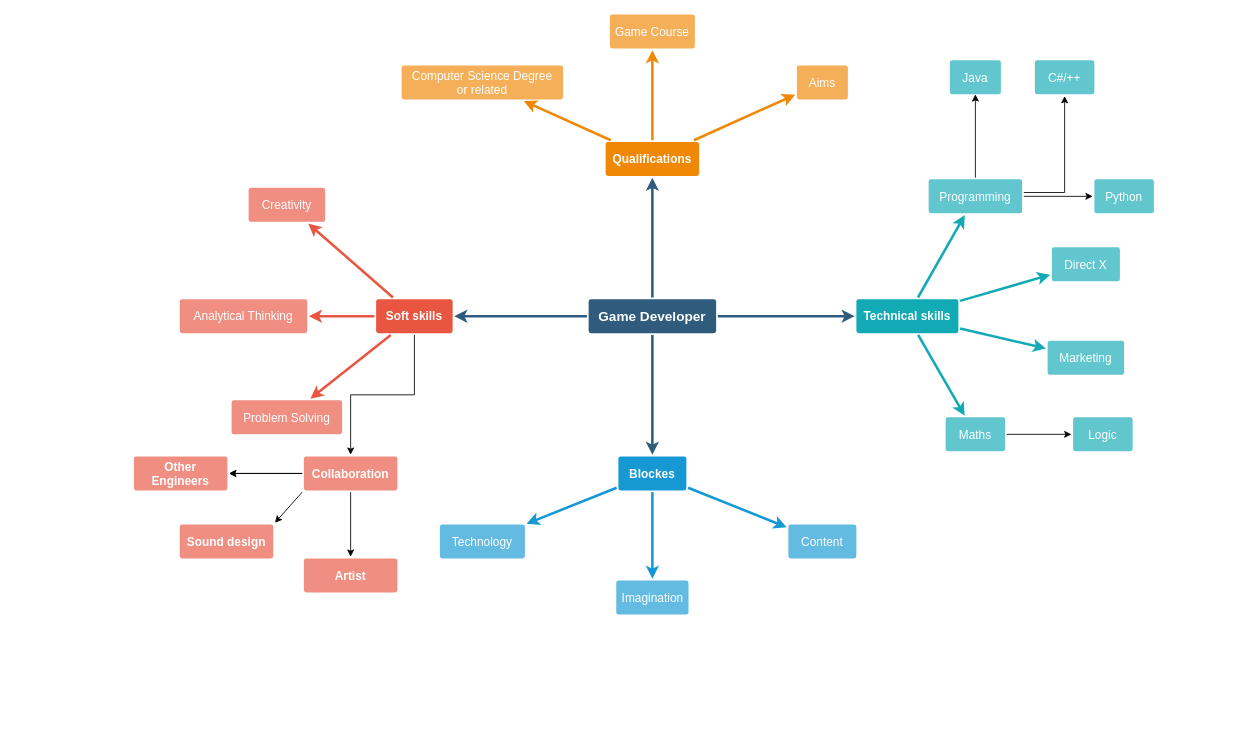
Before: Week 8.drawio in luotn/CN6007, a draw.io diagram. Source tidied: cells renumbered, new cells numbered last; positions are measured from the earlier drawing's top-left corner, leaving out a move shared by most shapes. Both pictures are drawn from the tidied source at 85%, with x=0, y=0 at pixel (133, 14).
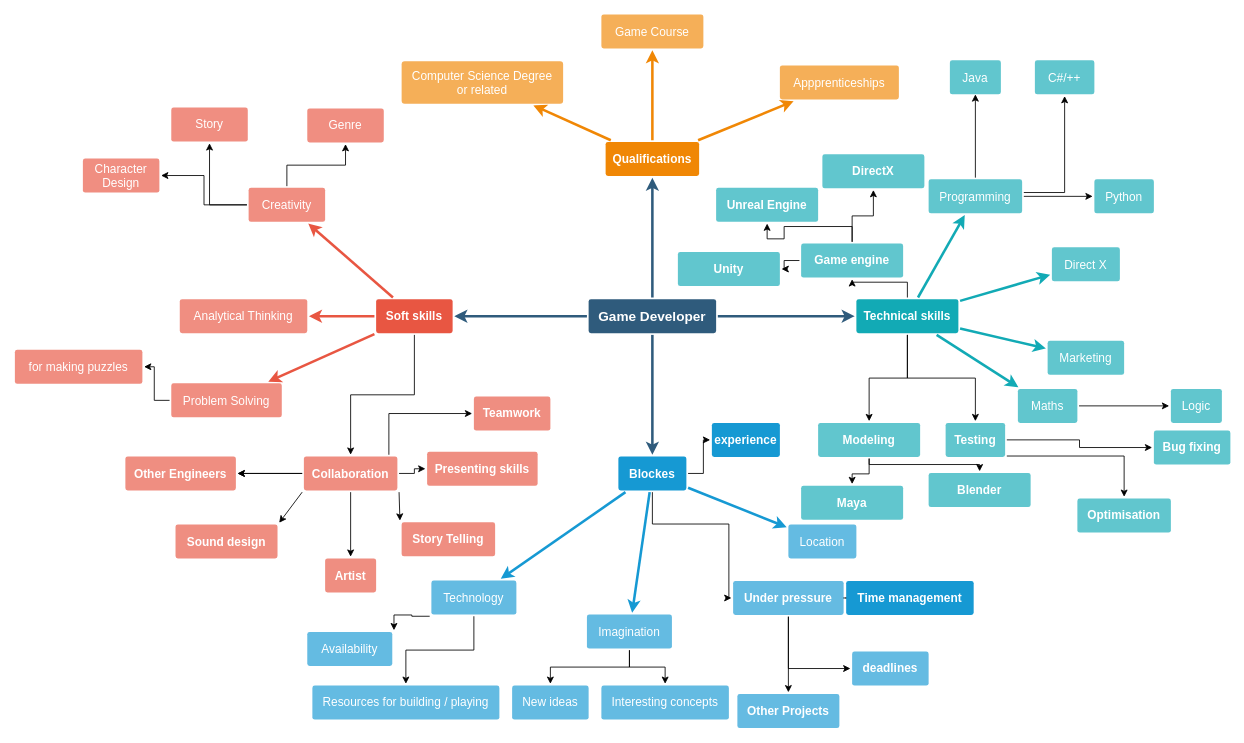
After the change.

Unchanged cells that the change refers to:
```xml
<mxCell id="14" value="Creativity" style="rounded=1;whiteSpace=wrap;html=1;shadow=0;labelBackgroundColor=none;strokeColor=none;strokeWidth=3;fillColor=#f08e81;fontFamily=Helvetica;fontSize=14;fontColor=#FFFFFF;align=center;spacing=5;fontStyle=0;arcSize=7;perimeterSpacing=2;" parent="1" vertex="1">
  <mxGeometry x="135" y="204.5" width="90" height="40" as="geometry" />
</mxCell>
<mxCell id="18" value="Blockes" style="rounded=1;whiteSpace=wrap;html=1;shadow=0;labelBackgroundColor=none;strokeColor=none;strokeWidth=3;fillColor=#1699d3;fontFamily=Helvetica;fontSize=14;fontColor=#FFFFFF;align=center;spacing=5;fontStyle=1;arcSize=7;perimeterSpacing=2;" parent="1" vertex="1">
  <mxGeometry x="570" y="520.5" width="80" height="40" as="geometry" />
</mxCell>
<mxCell id="29" value="Technical skills" style="rounded=1;whiteSpace=wrap;html=1;shadow=0;labelBackgroundColor=none;strokeColor=none;strokeWidth=3;fillColor=#12aab5;fontFamily=Helvetica;fontSize=14;fontColor=#FFFFFF;align=center;spacing=5;fontStyle=1;arcSize=7;perimeterSpacing=2;" parent="1" vertex="1">
  <mxGeometry x="850" y="335.5" width="120" height="40" as="geometry" />
</mxCell>
<mxCell id="48" value="Collaboration" style="rounded=1;whiteSpace=wrap;html=1;shadow=0;labelBackgroundColor=none;strokeColor=none;strokeWidth=3;fillColor=#ef8e81;fontFamily=Helvetica;fontSize=14;fontColor=#FFFFFF;align=center;spacing=5;fontStyle=1;arcSize=7;perimeterSpacing=2;" parent="1" vertex="1">
  <mxGeometry x="200" y="520.5" width="110" height="40" as="geometry" />
</mxCell>
```

Diff of the diagram source:
```diff
@@
+    <mxCell id="54" style="edgeStyle=orthogonalEdgeStyle;rounded=0;jettySize=auto;html=1;" parent="1" edge="1" source="12" target="73">
+      <mxGeometry relative="1" as="geometry" />
+    </mxCell>
     <mxCell id="12" value="Problem Solving" style="rounded=1;whiteSpace=wrap;html=1;shadow=0;labelBackgroundColor=none;strokeColor=none;strokeWidth=3;fillColor=#f08e81;fontFamily=Helvetica;fontSize=14;fontColor=#FFFFFF;align=center;spacing=5;fontStyle=0;arcSize=7;perimeterSpacing=2;" parent="1" vertex="1">
-      <mxGeometry x="115" y="454.5" width="130" height="40" as="geometry" />
+      <mxGeometry x="44" y="434.5" width="130" height="40" as="geometry" />
     </mxCell>
@@
+    <mxCell id="55" style="edgeStyle=orthogonalEdgeStyle;rounded=0;jettySize=auto;html=1;" parent="1" edge="1" source="14" target="103">
+      <mxGeometry relative="1" as="geometry" />
+    </mxCell>
+    <mxCell id="56" style="edgeStyle=orthogonalEdgeStyle;rounded=0;jettySize=auto;html=1;" parent="1" edge="1" source="14" target="104">
+      <mxGeometry relative="1" as="geometry" />
+    </mxCell>
+    <mxCell id="57" style="edgeStyle=orthogonalEdgeStyle;rounded=0;jettySize=auto;html=1;" parent="1" edge="1" source="14" target="105">
+      <mxGeometry relative="1" as="geometry" />
+    </mxCell>
@@
+    <mxCell id="58" style="edgeStyle=orthogonalEdgeStyle;rounded=0;jettySize=auto;html=1;" parent="1" edge="1" source="18" target="80">
+      <mxGeometry relative="1" as="geometry">
+        <Array as="points">
+          <mxPoint x="610" y="600" />
+          <mxPoint x="700" y="600" />
+          <mxPoint x="700" y="687" />
+        </Array>
+      </mxGeometry>
+    </mxCell>
+    <mxCell id="59" style="edgeStyle=orthogonalEdgeStyle;rounded=0;jettySize=auto;html=1;" parent="1" edge="1" source="18" target="90">
+      <mxGeometry relative="1" as="geometry" />
+    </mxCell>
@@
-    <mxCell id="19" value="Content" style="rounded=1;whiteSpace=wrap;html=1;shadow=0;labelBackgroundColor=none;strokeColor=none;strokeWidth=3;fillColor=#64bbe2;fontFamily=Helvetica;fontSize=14;fontColor=#FFFFFF;align=center;spacing=5;arcSize=7;perimeterSpacing=2;" parent="1" vertex="1">
+    <mxCell id="19" value="Location" style="rounded=1;whiteSpace=wrap;html=1;shadow=0;labelBackgroundColor=none;strokeColor=none;strokeWidth=3;fillColor=#64bbe2;fontFamily=Helvetica;fontSize=14;fontColor=#FFFFFF;align=center;spacing=5;arcSize=7;perimeterSpacing=2;" parent="1" vertex="1">
       <mxGeometry x="770" y="600.5" width="80" height="40" as="geometry" />
     </mxCell>
+    <mxCell id="60" style="edgeStyle=orthogonalEdgeStyle;rounded=0;jettySize=auto;html=1;" parent="1" edge="1" source="20" target="88">
+      <mxGeometry relative="1" as="geometry" />
+    </mxCell>
+    <mxCell id="61" style="edgeStyle=orthogonalEdgeStyle;rounded=0;jettySize=auto;html=1;" parent="1" edge="1" source="20" target="89">
+      <mxGeometry relative="1" as="geometry" />
+    </mxCell>
     <mxCell id="20" value="Imagination" style="rounded=1;whiteSpace=wrap;html=1;shadow=0;labelBackgroundColor=none;strokeColor=none;strokeWidth=3;fillColor=#64bbe2;fontFamily=Helvetica;fontSize=14;fontColor=#FFFFFF;align=center;spacing=5;arcSize=7;perimeterSpacing=2;" parent="1" vertex="1">
-      <mxGeometry x="567.5" y="666.5" width="85" height="40" as="geometry" />
+      <mxGeometry x="533" y="706.5" width="100" height="40" as="geometry" />
     </mxCell>
+    <mxCell id="62" style="edgeStyle=orthogonalEdgeStyle;rounded=0;jettySize=auto;html=1;exitX=0;exitY=1;exitDx=0;exitDy=0;entryX=1;entryY=0;entryDx=0;entryDy=0;" parent="1" edge="1" source="21" target="71">
+      <mxGeometry relative="1" as="geometry" />
+    </mxCell>
+    <mxCell id="63" style="edgeStyle=orthogonalEdgeStyle;rounded=0;jettySize=auto;html=1;" parent="1" edge="1" source="21" target="72">
+      <mxGeometry relative="1" as="geometry" />
+    </mxCell>
     <mxCell id="21" value="Technology" style="rounded=1;whiteSpace=wrap;html=1;shadow=0;labelBackgroundColor=none;strokeColor=none;strokeWidth=3;fillColor=#64bbe2;fontFamily=Helvetica;fontSize=14;fontColor=#FFFFFF;align=center;spacing=5;arcSize=7;perimeterSpacing=2;" parent="1" vertex="1">
-      <mxGeometry x="360" y="600.5" width="100" height="40" as="geometry" />
+      <mxGeometry x="350" y="666.5" width="100" height="40" as="geometry" />
     </mxCell>
@@
-    <mxCell id="23" value="Aims&lt;br&gt;" style="rounded=1;whiteSpace=wrap;html=1;shadow=0;labelBackgroundColor=none;strokeColor=none;strokeWidth=3;fillColor=#f5af58;fontFamily=Helvetica;fontSize=14;fontColor=#FFFFFF;align=center;spacing=5;arcSize=7;perimeterSpacing=2;" parent="1" vertex="1">
-      <mxGeometry x="780" y="60.5" width="60" height="40" as="geometry" />
+    <mxCell id="23" value="Appprenticeships" style="rounded=1;whiteSpace=wrap;html=1;shadow=0;labelBackgroundColor=none;strokeColor=none;strokeWidth=3;fillColor=#f5af58;fontFamily=Helvetica;fontSize=14;fontColor=#FFFFFF;align=center;spacing=5;arcSize=7;perimeterSpacing=2;" parent="1" vertex="1">
+      <mxGeometry x="760" y="60.5" width="140" height="40" as="geometry" />
     </mxCell>
@@
     <mxCell id="25" value="Game Course" style="rounded=1;whiteSpace=wrap;html=1;shadow=0;labelBackgroundColor=none;strokeColor=none;strokeWidth=3;fillColor=#f5af58;fontFamily=Helvetica;fontSize=14;fontColor=#FFFFFF;align=center;spacing=5;arcSize=7;perimeterSpacing=2;" parent="1" vertex="1">
-      <mxGeometry x="560" y="0.5" width="100" height="40" as="geometry" />
+      <mxGeometry x="550" y="0.5" width="120" height="40" as="geometry" />
     </mxCell>
@@
     <mxCell id="27" value="Computer Science Degree&lt;div&gt;or related&lt;/div&gt;" style="rounded=1;whiteSpace=wrap;html=1;shadow=0;labelBackgroundColor=none;strokeColor=none;strokeWidth=3;fillColor=#f5af58;fontFamily=Helvetica;fontSize=14;fontColor=#FFFFFF;align=center;spacing=5;arcSize=7;perimeterSpacing=2;" parent="1" vertex="1">
-      <mxGeometry x="315" y="60.5" width="190" height="40" as="geometry" />
+      <mxGeometry x="315" y="55.5" width="190" height="50" as="geometry" />
     </mxCell>
@@
+    <mxCell id="64" style="edgeStyle=orthogonalEdgeStyle;rounded=0;jettySize=auto;html=1;" parent="1" edge="1" source="29" target="76">
+      <mxGeometry relative="1" as="geometry" />
+    </mxCell>
+    <mxCell id="65" style="edgeStyle=orthogonalEdgeStyle;rounded=0;jettySize=auto;html=1;" parent="1" edge="1" source="29" target="94">
+      <mxGeometry relative="1" as="geometry" />
+    </mxCell>
+    <mxCell id="66" style="edgeStyle=orthogonalEdgeStyle;rounded=0;jettySize=auto;html=1;" parent="1" edge="1" source="29" target="100">
+      <mxGeometry relative="1" as="geometry" />
+    </mxCell>
@@
     <mxCell id="31" value="Maths" style="rounded=1;whiteSpace=wrap;html=1;shadow=0;labelBackgroundColor=none;strokeColor=none;strokeWidth=3;fillColor=#61c6ce;fontFamily=Helvetica;fontSize=14;fontColor=#FFFFFF;align=center;spacing=5;fontStyle=0;arcSize=7;perimeterSpacing=2;" parent="1" vertex="1">
-      <mxGeometry x="955" y="474.5" width="70" height="40" as="geometry" />
+      <mxGeometry x="1040" y="441" width="70" height="40" as="geometry" />
     </mxCell>
@@
+    <mxCell id="67" style="edgeStyle=orthogonalEdgeStyle;rounded=0;jettySize=auto;html=1;" parent="1" edge="1" source="48" target="84">
+      <mxGeometry relative="1" as="geometry" />
+    </mxCell>
+    <mxCell id="68" style="edgeStyle=orthogonalEdgeStyle;rounded=0;jettySize=auto;html=1;" parent="1" edge="1" source="48" target="85">
+      <mxGeometry relative="1" as="geometry">
+        <Array as="points">
+          <mxPoint x="300" y="470" />
+        </Array>
+      </mxGeometry>
+    </mxCell>
@@
     <mxCell id="49" value="Logic" style="rounded=1;whiteSpace=wrap;html=1;shadow=0;labelBackgroundColor=none;strokeColor=none;strokeWidth=3;fillColor=#61c6ce;fontFamily=Helvetica;fontSize=14;fontColor=#FFFFFF;align=center;spacing=5;fontStyle=0;arcSize=7;perimeterSpacing=2;" parent="1" vertex="1">
-      <mxGeometry x="1105" y="474.5" width="70" height="40" as="geometry" />
+      <mxGeometry x="1220" y="441" width="60" height="40" as="geometry" />
     </mxCell>
     <mxCell id="50" value="Artist" style="rounded=1;whiteSpace=wrap;html=1;shadow=0;labelBackgroundColor=none;strokeColor=none;strokeWidth=3;fillColor=#ef8e81;fontFamily=Helvetica;fontSize=14;fontColor=#FFFFFF;align=center;spacing=5;fontStyle=1;arcSize=7;perimeterSpacing=2;" parent="1" vertex="1">
-      <mxGeometry x="200" y="640.5" width="110" height="40" as="geometry" />
+      <mxGeometry x="225" y="640.5" width="60" height="40" as="geometry" />
     </mxCell>
     <mxCell id="51" value="Other Engineers" style="rounded=1;whiteSpace=wrap;html=1;shadow=0;labelBackgroundColor=none;strokeColor=none;strokeWidth=3;fillColor=#ef8e81;fontFamily=Helvetica;fontSize=14;fontColor=#FFFFFF;align=center;spacing=5;fontStyle=1;arcSize=7;perimeterSpacing=2;" parent="1" vertex="1">
-      <mxGeometry y="520.5" width="110" height="40" as="geometry" />
+      <mxGeometry x="-10" y="520.5" width="130" height="40" as="geometry" />
     </mxCell>
     <mxCell id="52" value="Sound design" style="rounded=1;whiteSpace=wrap;html=1;shadow=0;labelBackgroundColor=none;strokeColor=none;strokeWidth=3;fillColor=#ef8e81;fontFamily=Helvetica;fontSize=14;fontColor=#FFFFFF;align=center;spacing=5;fontStyle=1;arcSize=7;perimeterSpacing=2;" parent="1" vertex="1">
-      <mxGeometry x="54" y="600.5" width="110" height="40" as="geometry" />
+      <mxGeometry x="49" y="600.5" width="120" height="40" as="geometry" />
     </mxCell>
@@
+    <mxCell id="69" value="Story Telling" style="rounded=1;whiteSpace=wrap;html=1;shadow=0;labelBackgroundColor=none;strokeColor=none;strokeWidth=3;fillColor=#ef8e81;fontFamily=Helvetica;fontSize=14;fontColor=#FFFFFF;align=center;spacing=5;fontStyle=1;arcSize=7;perimeterSpacing=2;" parent="1" vertex="1">
+      <mxGeometry x="315" y="598" width="110" height="40" as="geometry" />
+    </mxCell>
+    <mxCell id="70" style="endArrow=classic;html=1;rounded=0;exitX=1;exitY=1;exitDx=0;exitDy=0;entryX=0;entryY=0;entryDx=0;entryDy=0;" parent="1" edge="1" source="48" target="69">
+      <mxGeometry relative="1" as="geometry" />
+    </mxCell>
+    <mxCell id="71" value="Availability" style="rounded=1;whiteSpace=wrap;html=1;shadow=0;labelBackgroundColor=none;strokeColor=none;strokeWidth=3;fillColor=#64bbe2;fontFamily=Helvetica;fontSize=14;fontColor=#FFFFFF;align=center;spacing=5;arcSize=7;perimeterSpacing=2;" parent="1" vertex="1">
+      <mxGeometry x="204" y="727" width="100" height="40" as="geometry" />
+    </mxCell>
+    <mxCell id="72" value="Resources for building / playing" style="rounded=1;whiteSpace=wrap;html=1;shadow=0;labelBackgroundColor=none;strokeColor=none;strokeWidth=3;fillColor=#64bbe2;fontFamily=Helvetica;fontSize=14;fontColor=#FFFFFF;align=center;spacing=5;arcSize=7;perimeterSpacing=2;" parent="1" vertex="1">
+      <mxGeometry x="210" y="790" width="220" height="40" as="geometry" />
+    </mxCell>
+    <mxCell id="73" value="for making puzzles" style="rounded=1;whiteSpace=wrap;html=1;shadow=0;labelBackgroundColor=none;strokeColor=none;strokeWidth=3;fillColor=#f08e81;fontFamily=Helvetica;fontSize=14;fontColor=#FFFFFF;align=center;spacing=5;fontStyle=0;arcSize=7;perimeterSpacing=2;" parent="1" vertex="1">
+      <mxGeometry x="-140" y="395" width="150" height="40" as="geometry" />
+    </mxCell>
+    <mxCell id="74" style="edgeStyle=orthogonalEdgeStyle;rounded=0;jettySize=auto;html=1;" parent="1" edge="1" source="76" target="86">
+      <mxGeometry relative="1" as="geometry">
+        <Array as="points">
+          <mxPoint x="1165" y="520" />
+        </Array>
+      </mxGeometry>
+    </mxCell>
+    <mxCell id="75" style="edgeStyle=orthogonalEdgeStyle;rounded=0;jettySize=auto;html=1;" parent="1" edge="1" source="76" target="87">
+      <mxGeometry relative="1" as="geometry" />
+    </mxCell>
+    <mxCell id="76" value="Testing" style="rounded=1;whiteSpace=wrap;html=1;shadow=0;labelBackgroundColor=none;strokeColor=none;strokeWidth=3;fillColor=#61c6ce;fontFamily=Helvetica;fontSize=14;fontColor=#FFFFFF;align=center;spacing=5;fontStyle=1;arcSize=7;perimeterSpacing=2;" parent="1" vertex="1">
+      <mxGeometry x="955" y="481" width="70" height="40" as="geometry" />
+    </mxCell>
+    <mxCell id="77" style="edgeStyle=orthogonalEdgeStyle;rounded=0;jettySize=auto;html=1;" parent="1" edge="1" source="80" target="81">
+      <mxGeometry relative="1" as="geometry" />
+    </mxCell>
+    <mxCell id="78" style="edgeStyle=orthogonalEdgeStyle;rounded=0;jettySize=auto;html=1;exitX=0.5;exitY=1;exitDx=0;exitDy=0;" parent="1" edge="1" source="80" target="82">
+      <mxGeometry relative="1" as="geometry">
+        <Array as="points">
+          <mxPoint x="770" y="770" />
+        </Array>
+      </mxGeometry>
+    </mxCell>
+    <mxCell id="79" style="edgeStyle=orthogonalEdgeStyle;rounded=0;jettySize=auto;html=1;" parent="1" edge="1" source="80" target="83">
+      <mxGeometry relative="1" as="geometry" />
+    </mxCell>
+    <mxCell id="80" value="Under pressure" style="rounded=1;whiteSpace=wrap;html=1;shadow=0;labelBackgroundColor=none;strokeColor=none;strokeWidth=3;fillColor=#65bbe2;fontFamily=Helvetica;fontSize=14;fontColor=#FFFFFF;align=center;spacing=5;fontStyle=1;arcSize=7;perimeterSpacing=2;" parent="1" vertex="1">
+      <mxGeometry x="705" y="667" width="130" height="40" as="geometry" />
+    </mxCell>
+    <mxCell id="81" value="Time management" style="rounded=1;whiteSpace=wrap;html=1;shadow=0;labelBackgroundColor=none;strokeColor=none;strokeWidth=3;fillColor=#1699d3;fontFamily=Helvetica;fontSize=14;fontColor=#FFFFFF;align=center;spacing=5;fontStyle=1;arcSize=7;perimeterSpacing=2;" parent="1" vertex="1">
+      <mxGeometry x="838" y="667" width="150" height="40" as="geometry" />
+    </mxCell>
+    <mxCell id="82" value="deadlines" style="rounded=1;whiteSpace=wrap;html=1;shadow=0;labelBackgroundColor=none;strokeColor=none;strokeWidth=3;fillColor=#65bbe2;fontFamily=Helvetica;fontSize=14;fontColor=#FFFFFF;align=center;spacing=5;fontStyle=1;arcSize=7;perimeterSpacing=2;" parent="1" vertex="1">
+      <mxGeometry x="845" y="750" width="90" height="40" as="geometry" />
+    </mxCell>
+    <mxCell id="83" value="Other Projects" style="rounded=1;whiteSpace=wrap;html=1;shadow=0;labelBackgroundColor=none;strokeColor=none;strokeWidth=3;fillColor=#65bbe2;fontFamily=Helvetica;fontSize=14;fontColor=#FFFFFF;align=center;spacing=5;fontStyle=1;arcSize=7;perimeterSpacing=2;" parent="1" vertex="1">
+      <mxGeometry x="710" y="800" width="120" height="40" as="geometry" />
+    </mxCell>
+    <mxCell id="84" value="Presenting skills" style="rounded=1;whiteSpace=wrap;html=1;shadow=0;labelBackgroundColor=none;strokeColor=none;strokeWidth=3;fillColor=#ef8e81;fontFamily=Helvetica;fontSize=14;fontColor=#FFFFFF;align=center;spacing=5;fontStyle=1;arcSize=7;perimeterSpacing=2;" parent="1" vertex="1">
+      <mxGeometry x="345" y="515" width="130" height="40" as="geometry" />
+    </mxCell>
+    <mxCell id="85" value="Teamwork" style="rounded=1;whiteSpace=wrap;html=1;shadow=0;labelBackgroundColor=none;strokeColor=none;strokeWidth=3;fillColor=#ef8e81;fontFamily=Helvetica;fontSize=14;fontColor=#FFFFFF;align=center;spacing=5;fontStyle=1;arcSize=7;perimeterSpacing=2;" parent="1" vertex="1">
+      <mxGeometry x="400" y="450" width="90" height="40" as="geometry" />
+    </mxCell>
+    <mxCell id="86" value="Optimisation" style="rounded=1;whiteSpace=wrap;html=1;shadow=0;labelBackgroundColor=none;strokeColor=none;strokeWidth=3;fillColor=#61c6ce;fontFamily=Helvetica;fontSize=14;fontColor=#FFFFFF;align=center;spacing=5;fontStyle=1;arcSize=7;perimeterSpacing=2;" parent="1" vertex="1">
+      <mxGeometry x="1110" y="570" width="110" height="40" as="geometry" />
+    </mxCell>
+    <mxCell id="87" value="Bug fixing" style="rounded=1;whiteSpace=wrap;html=1;shadow=0;labelBackgroundColor=none;strokeColor=none;strokeWidth=3;fillColor=#61c6ce;fontFamily=Helvetica;fontSize=14;fontColor=#FFFFFF;align=center;spacing=5;fontStyle=1;arcSize=7;perimeterSpacing=2;" parent="1" vertex="1">
+      <mxGeometry x="1200" y="490" width="90" height="40" as="geometry" />
+    </mxCell>
+    <mxCell id="88" value="New ideas" style="rounded=1;whiteSpace=wrap;html=1;shadow=0;labelBackgroundColor=none;strokeColor=none;strokeWidth=3;fillColor=#64bbe2;fontFamily=Helvetica;fontSize=14;fontColor=#FFFFFF;align=center;spacing=5;arcSize=7;perimeterSpacing=2;" parent="1" vertex="1">
+      <mxGeometry x="445" y="790" width="90" height="40" as="geometry" />
+    </mxCell>
+    <mxCell id="89" value="Interesting concepts" style="rounded=1;whiteSpace=wrap;html=1;shadow=0;labelBackgroundColor=none;strokeColor=none;strokeWidth=3;fillColor=#64bbe2;fontFamily=Helvetica;fontSize=14;fontColor=#FFFFFF;align=center;spacing=5;arcSize=7;perimeterSpacing=2;" parent="1" vertex="1">
+      <mxGeometry x="550" y="790" width="150" height="40" as="geometry" />
+    </mxCell>
+    <mxCell id="90" value="experience" style="rounded=1;whiteSpace=wrap;html=1;shadow=0;labelBackgroundColor=none;strokeColor=none;strokeWidth=3;fillColor=#1699d3;fontFamily=Helvetica;fontSize=14;fontColor=#FFFFFF;align=center;spacing=5;fontStyle=1;arcSize=7;perimeterSpacing=2;" parent="1" vertex="1">
+      <mxGeometry x="680" y="481" width="80" height="40" as="geometry" />
+    </mxCell>
+    <mxCell id="91" style="edgeStyle=orthogonalEdgeStyle;rounded=0;jettySize=auto;html=1;" parent="1" edge="1" source="94" target="95">
+      <mxGeometry relative="1" as="geometry" />
+    </mxCell>
+    <mxCell id="92" style="edgeStyle=orthogonalEdgeStyle;rounded=0;jettySize=auto;html=1;exitX=0.5;exitY=0;exitDx=0;exitDy=0;" parent="1" edge="1" source="94" target="96">
+      <mxGeometry relative="1" as="geometry" />
+    </mxCell>
+    <mxCell id="93" style="edgeStyle=orthogonalEdgeStyle;rounded=0;jettySize=auto;html=1;" parent="1" edge="1" source="94" target="97">
+      <mxGeometry relative="1" as="geometry" />
+    </mxCell>
+    <mxCell id="94" value="Game engine" style="rounded=1;whiteSpace=wrap;html=1;shadow=0;labelBackgroundColor=none;strokeColor=none;strokeWidth=3;fillColor=#61c6ce;fontFamily=Helvetica;fontSize=14;fontColor=#FFFFFF;align=center;spacing=5;fontStyle=1;arcSize=7;perimeterSpacing=2;" parent="1" vertex="1">
+      <mxGeometry x="785" y="270" width="120" height="40" as="geometry" />
+    </mxCell>
+    <mxCell id="95" value="DirectX" style="rounded=1;whiteSpace=wrap;html=1;shadow=0;labelBackgroundColor=none;strokeColor=none;strokeWidth=3;fillColor=#61c6ce;fontFamily=Helvetica;fontSize=14;fontColor=#FFFFFF;align=center;spacing=5;fontStyle=1;arcSize=7;perimeterSpacing=2;" parent="1" vertex="1">
+      <mxGeometry x="810" y="165" width="120" height="40" as="geometry" />
+    </mxCell>
+    <mxCell id="96" value="Unreal Engine" style="rounded=1;whiteSpace=wrap;html=1;shadow=0;labelBackgroundColor=none;strokeColor=none;strokeWidth=3;fillColor=#61c6ce;fontFamily=Helvetica;fontSize=14;fontColor=#FFFFFF;align=center;spacing=5;fontStyle=1;arcSize=7;perimeterSpacing=2;" parent="1" vertex="1">
+      <mxGeometry x="685" y="204.5" width="120" height="40" as="geometry" />
+    </mxCell>
+    <mxCell id="97" value="Unity" style="rounded=1;whiteSpace=wrap;html=1;shadow=0;labelBackgroundColor=none;strokeColor=none;strokeWidth=3;fillColor=#61c6ce;fontFamily=Helvetica;fontSize=14;fontColor=#FFFFFF;align=center;spacing=5;fontStyle=1;arcSize=7;perimeterSpacing=2;" parent="1" vertex="1">
+      <mxGeometry x="640" y="280" width="120" height="40" as="geometry" />
+    </mxCell>
+    <mxCell id="98" style="edgeStyle=orthogonalEdgeStyle;rounded=0;jettySize=auto;html=1;" parent="1" edge="1" source="100" target="101">
+      <mxGeometry relative="1" as="geometry">
+        <Array as="points">
+          <mxPoint x="865" y="530" />
+          <mxPoint x="995" y="530" />
+        </Array>
+      </mxGeometry>
+    </mxCell>
+    <mxCell id="99" style="edgeStyle=orthogonalEdgeStyle;rounded=0;jettySize=auto;html=1;" parent="1" edge="1" source="100" target="102">
+      <mxGeometry relative="1" as="geometry" />
+    </mxCell>
+    <mxCell id="100" value="Modeling" style="rounded=1;whiteSpace=wrap;html=1;shadow=0;labelBackgroundColor=none;strokeColor=none;strokeWidth=3;fillColor=#61c6ce;fontFamily=Helvetica;fontSize=14;fontColor=#FFFFFF;align=center;spacing=5;fontStyle=1;arcSize=7;perimeterSpacing=2;" parent="1" vertex="1">
+      <mxGeometry x="805" y="481" width="120" height="40" as="geometry" />
+    </mxCell>
+    <mxCell id="101" value="Blender" style="rounded=1;whiteSpace=wrap;html=1;shadow=0;labelBackgroundColor=none;strokeColor=none;strokeWidth=3;fillColor=#61c6ce;fontFamily=Helvetica;fontSize=14;fontColor=#FFFFFF;align=center;spacing=5;fontStyle=1;arcSize=7;perimeterSpacing=2;" parent="1" vertex="1">
+      <mxGeometry x="935" y="540" width="120" height="40" as="geometry" />
+    </mxCell>
+    <mxCell id="102" value="Maya" style="rounded=1;whiteSpace=wrap;html=1;shadow=0;labelBackgroundColor=none;strokeColor=none;strokeWidth=3;fillColor=#61c6ce;fontFamily=Helvetica;fontSize=14;fontColor=#FFFFFF;align=center;spacing=5;fontStyle=1;arcSize=7;perimeterSpacing=2;" parent="1" vertex="1">
+      <mxGeometry x="785" y="555" width="120" height="40" as="geometry" />
+    </mxCell>
+    <mxCell id="103" value="Genre" style="rounded=1;whiteSpace=wrap;html=1;shadow=0;labelBackgroundColor=none;strokeColor=none;strokeWidth=3;fillColor=#f08e81;fontFamily=Helvetica;fontSize=14;fontColor=#FFFFFF;align=center;spacing=5;fontStyle=0;arcSize=7;perimeterSpacing=2;" parent="1" vertex="1">
+      <mxGeometry x="204" y="111" width="90" height="40" as="geometry" />
+    </mxCell>
+    <mxCell id="104" value="Story" style="rounded=1;whiteSpace=wrap;html=1;shadow=0;labelBackgroundColor=none;strokeColor=none;strokeWidth=3;fillColor=#f08e81;fontFamily=Helvetica;fontSize=14;fontColor=#FFFFFF;align=center;spacing=5;fontStyle=0;arcSize=7;perimeterSpacing=2;" parent="1" vertex="1">
+      <mxGeometry x="44" y="110" width="90" height="40" as="geometry" />
+    </mxCell>
+    <mxCell id="105" value="Character Design" style="rounded=1;whiteSpace=wrap;html=1;shadow=0;labelBackgroundColor=none;strokeColor=none;strokeWidth=3;fillColor=#f08e81;fontFamily=Helvetica;fontSize=14;fontColor=#FFFFFF;align=center;spacing=5;fontStyle=0;arcSize=7;perimeterSpacing=2;" parent="1" vertex="1">
+      <mxGeometry x="-60" y="170" width="90" height="40" as="geometry" />
+    </mxCell>
```
